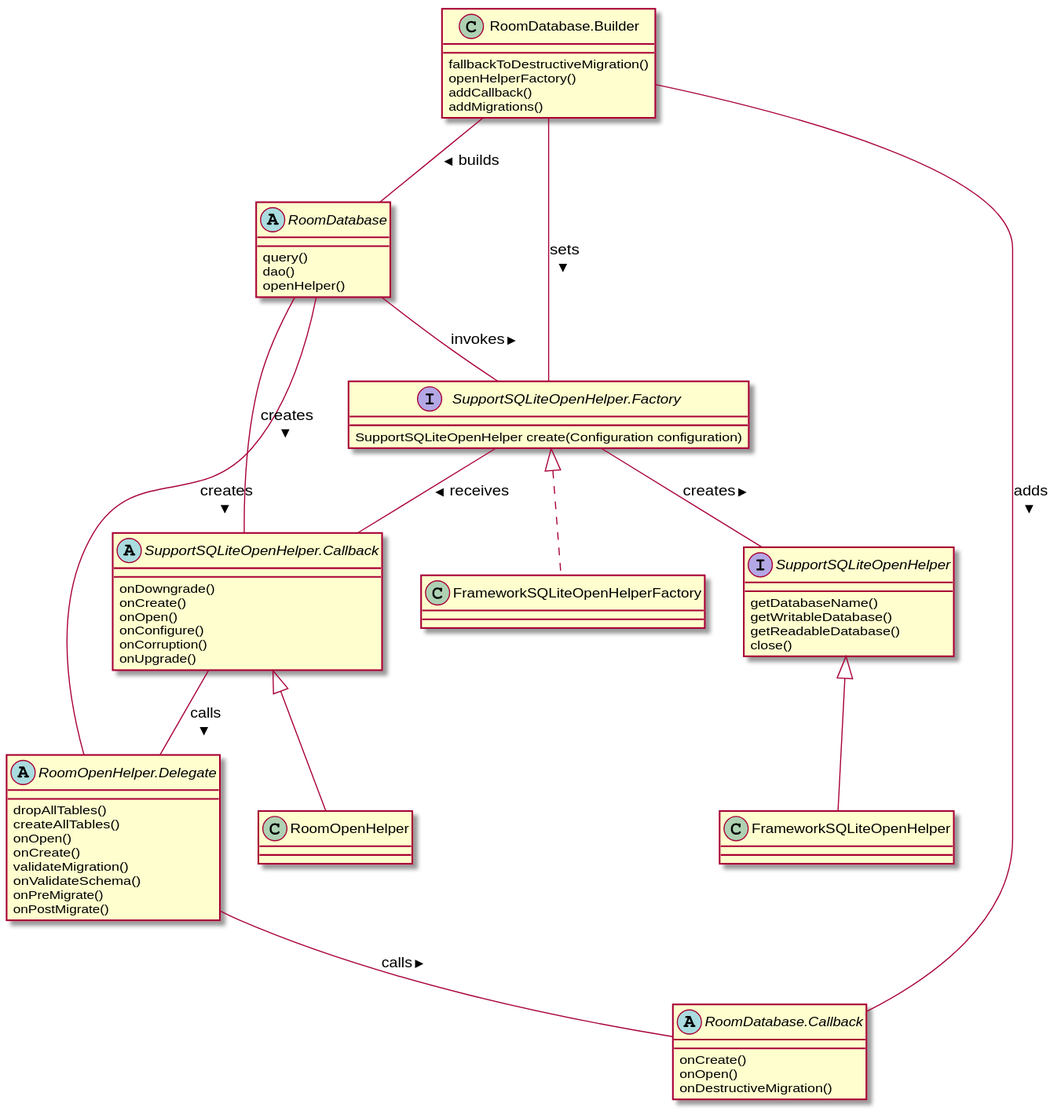
Above: public/img/hq/room-on-upgrade.svg in t3rmian/devpot (PlantUML), before the change. Its diagram source:
```plantuml
@startuml
interface SupportSQLiteOpenHelper {
    getDatabaseName()
    getWritableDatabase()
    getReadableDatabase()
    close()
}
abstract class SupportSQLiteOpenHelper.Callback {
    onDowngrade()
    onCreate()
    onOpen()
    onConfigure()
    onCorruption()
    onUpgrade()
}

class RoomOpenHelper extends SupportSQLiteOpenHelper.Callback
abstract class RoomOpenHelper.Delegate {
    dropAllTables()
    createAllTables()
    onOpen()
    onCreate()
    validateMigration()
    onValidateSchema()
    onPreMigrate()
    onPostMigrate()
}

abstract class RoomDatabase {
    query()
    dao()
    openHelper()
}
abstract class RoomDatabase.Callback {
    onCreate()
    onOpen()
    onDestructiveMigration()
}
interface SupportSQLiteOpenHelper.Factory {
    SupportSQLiteOpenHelper create(Configuration configuration)
}
class RoomDatabase.Builder {
    fallbackToDestructiveMigration()
    openHelperFactory()
    addCallback()
    addMigrations()
}
class FrameworkSQLiteOpenHelper extends SupportSQLiteOpenHelper
class FrameworkSQLiteOpenHelperFactory implements SupportSQLiteOpenHelper.Factory

SupportSQLiteOpenHelper.Callback -- RoomOpenHelper.Delegate: calls >
RoomOpenHelper.Delegate -- RoomDatabase.Callback: calls >

RoomDatabase -- RoomOpenHelper.Delegate: creates >
SupportSQLiteOpenHelper.Factory -- SupportSQLiteOpenHelper: creates >
RoomDatabase -- SupportSQLiteOpenHelper.Factory: invokes >
SupportSQLiteOpenHelper.Factory -- SupportSQLiteOpenHelper.Callback: receives >

RoomDatabase.Builder -- RoomDatabase: builds >
RoomDatabase.Builder -- SupportSQLiteOpenHelper.Factory: sets >
RoomDatabase.Builder -- RoomDatabase.Callback: adds >
RoomDatabase -- SupportSQLiteOpenHelper.Callback: creates >
@enduml
```
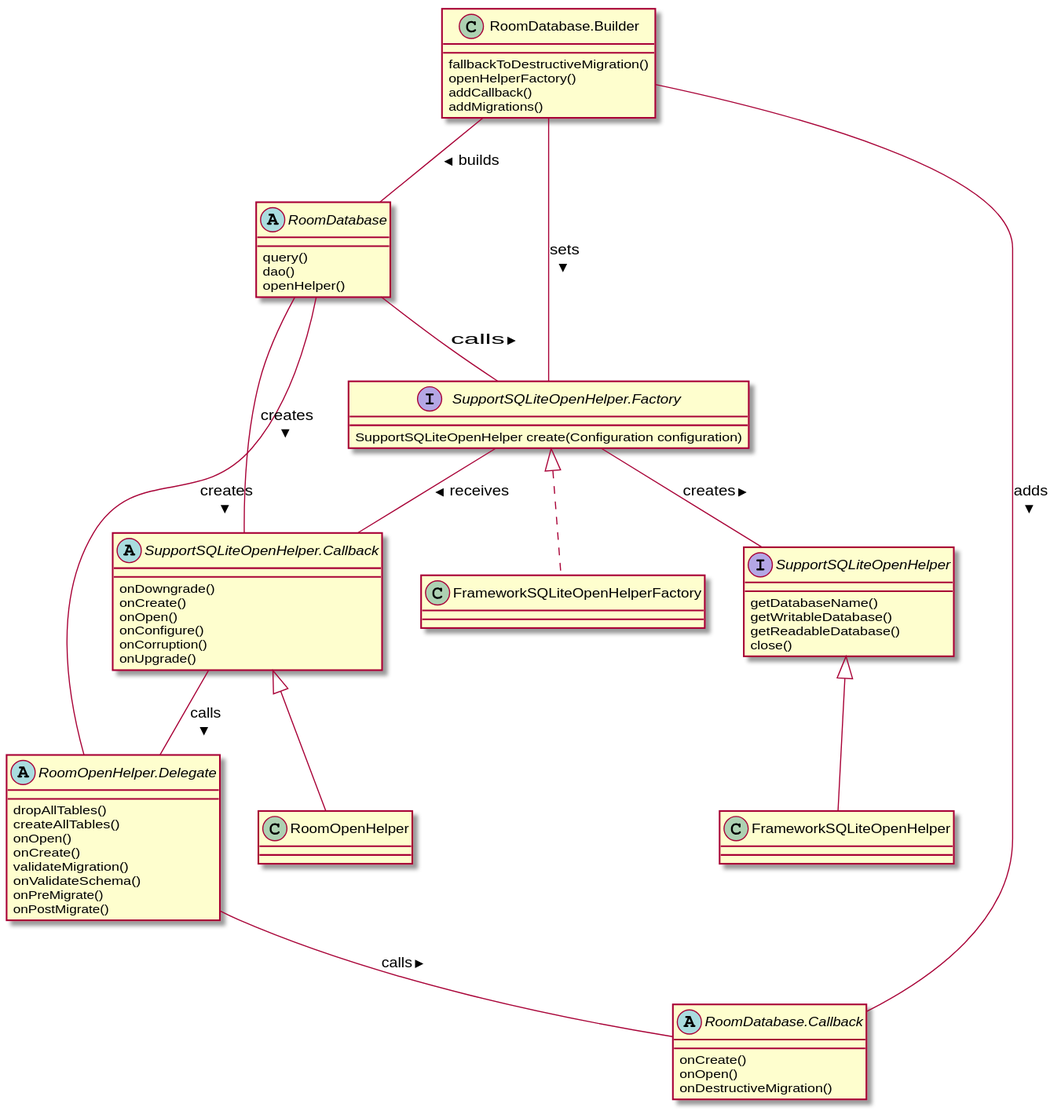
After the change.

The edit, as a diff of the source:
```diff
@@ -53,7 +53,7 @@
 
 RoomDatabase -- RoomOpenHelper.Delegate: creates >
 SupportSQLiteOpenHelper.Factory -- SupportSQLiteOpenHelper: creates >
-RoomDatabase -- SupportSQLiteOpenHelper.Factory: invokes >
+RoomDatabase -- SupportSQLiteOpenHelper.Factory: calls >
 SupportSQLiteOpenHelper.Factory -- SupportSQLiteOpenHelper.Callback: receives >
 
 RoomDatabase.Builder -- RoomDatabase: builds >
```
